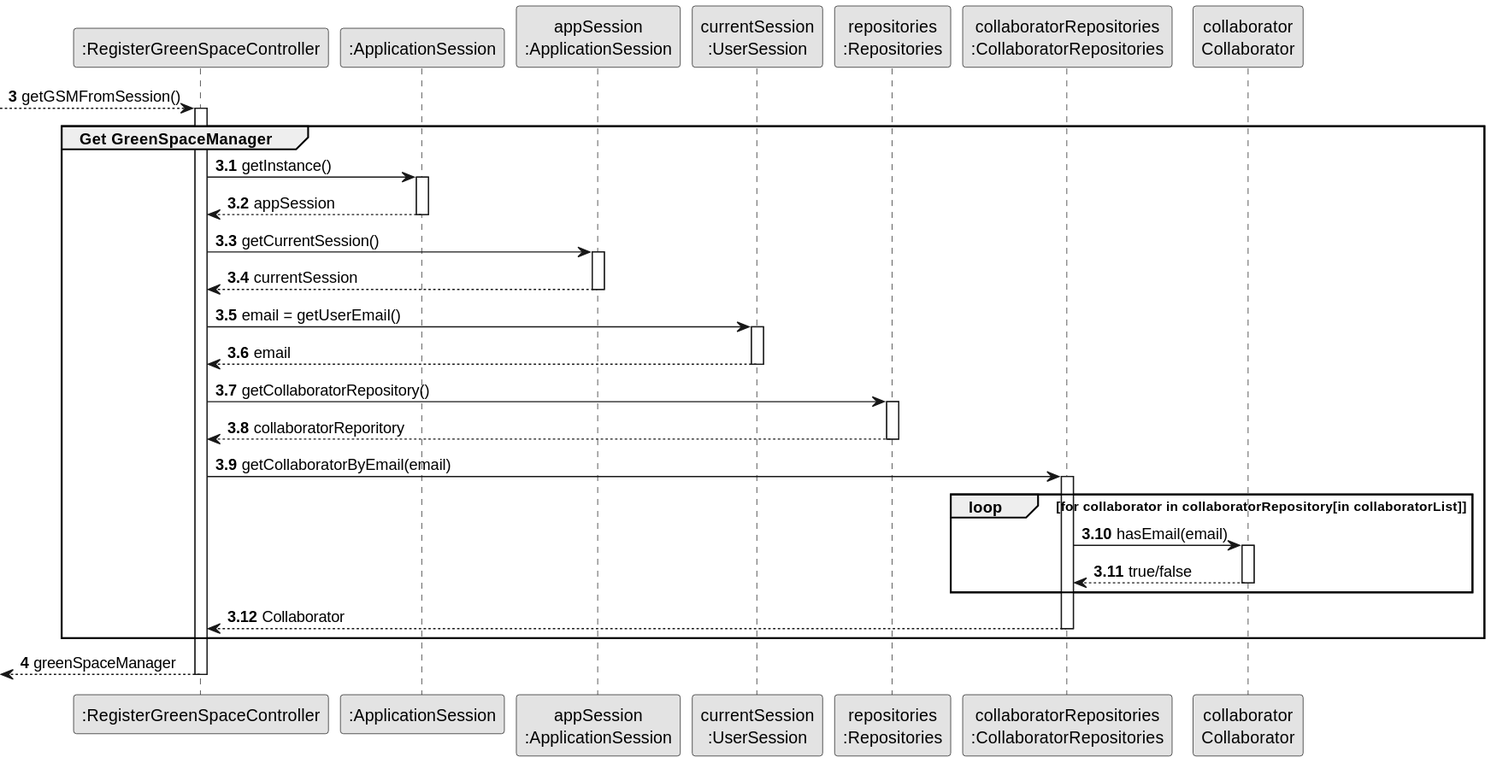
Earlier version of the PlantUML export docs/sprint3/us23/03.design/svg/us23-partial-sequence-diagram-get-GSM.svg (Departamento-de-Engenharia-Informatica/lei-24-s2-1db-g022).
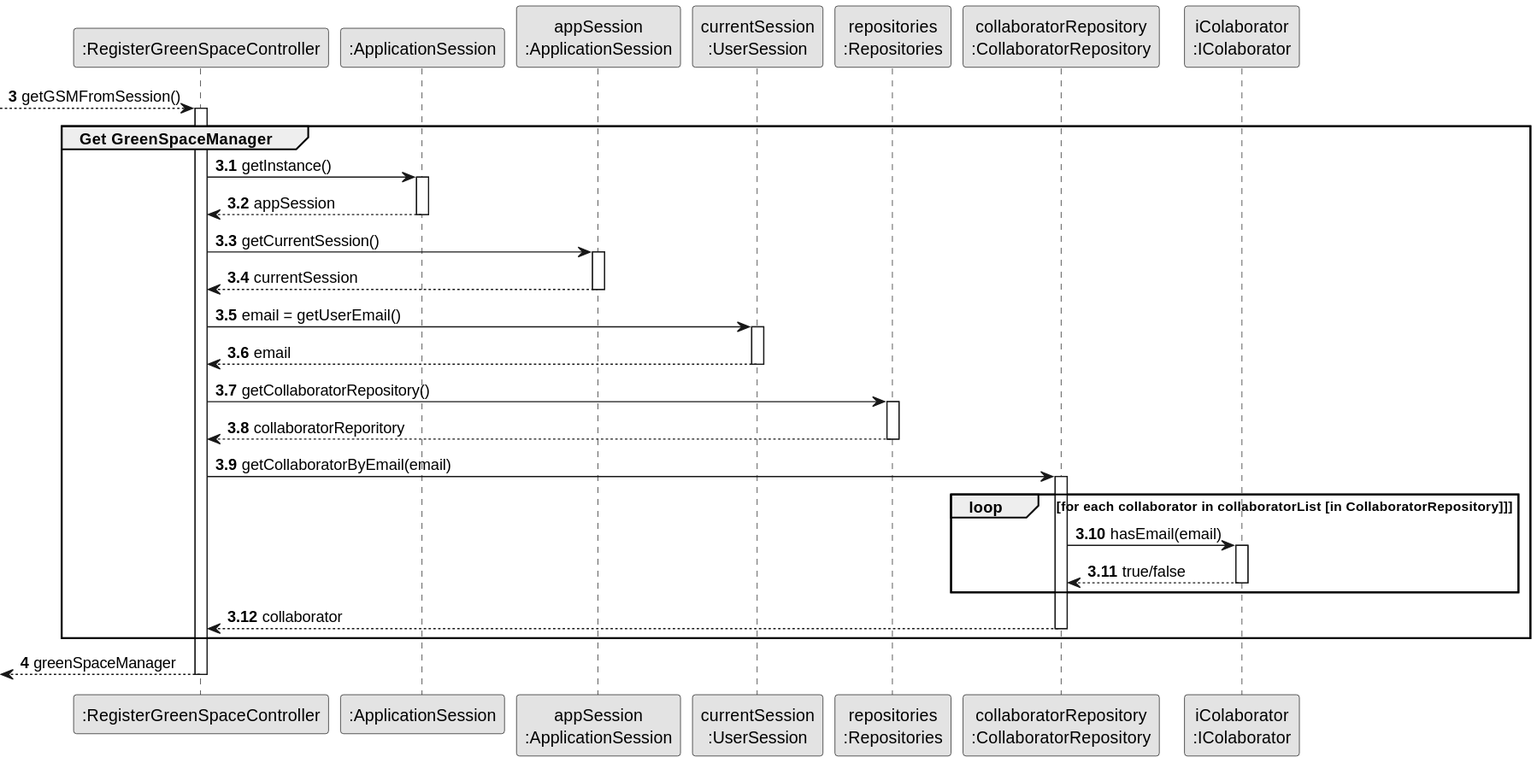
After the change.

The edit, as a diff of the source:
```diff
@@ -7,8 +7,8 @@
 participant "appSession\n:ApplicationSession" as APP
 participant "currentSession\n:UserSession" as SESSAO
 participant "repositories\n:Repositories" as REPO
-participant "collaboratorRepositories\n:CollaboratorRepositories" as COLREPO
-participant "collaborator\nCollaborator" as COL
+participant "collaboratorRepository\n:CollaboratorRepository" as COLREPO
+participant "iColaborator\n:IColaborator" as ICOL
 
 autonumber 3
 
@@ -19,6 +19,7 @@
 activate CTRL
 
 group Get GreenSpaceManager
+
 
 CTRL -> _APP : getInstance()
 
@@ -56,24 +57,23 @@
 
 activate COLREPO
 
-loop for collaborator in collaboratorRepository[in collaboratorList]
+loop for each collaborator in collaboratorList [in CollaboratorRepository]]
 
-COLREPO -> COL : hasEmail(email)
+COLREPO -> ICOL : hasEmail(email)
 
-activate COL
+activate ICOL
 
-COL --> COLREPO : true/false
+ICOL --> COLREPO : true/false
 
-deactivate COL
+deactivate ICOL
 
 end
 
-COLREPO --> CTRL : Collaborator
+COLREPO --> CTRL : collaborator
 
 deactivate COLREPO
 
 end
-
 autonumber 4
 
 <--CTRL : greenSpaceManager
```
